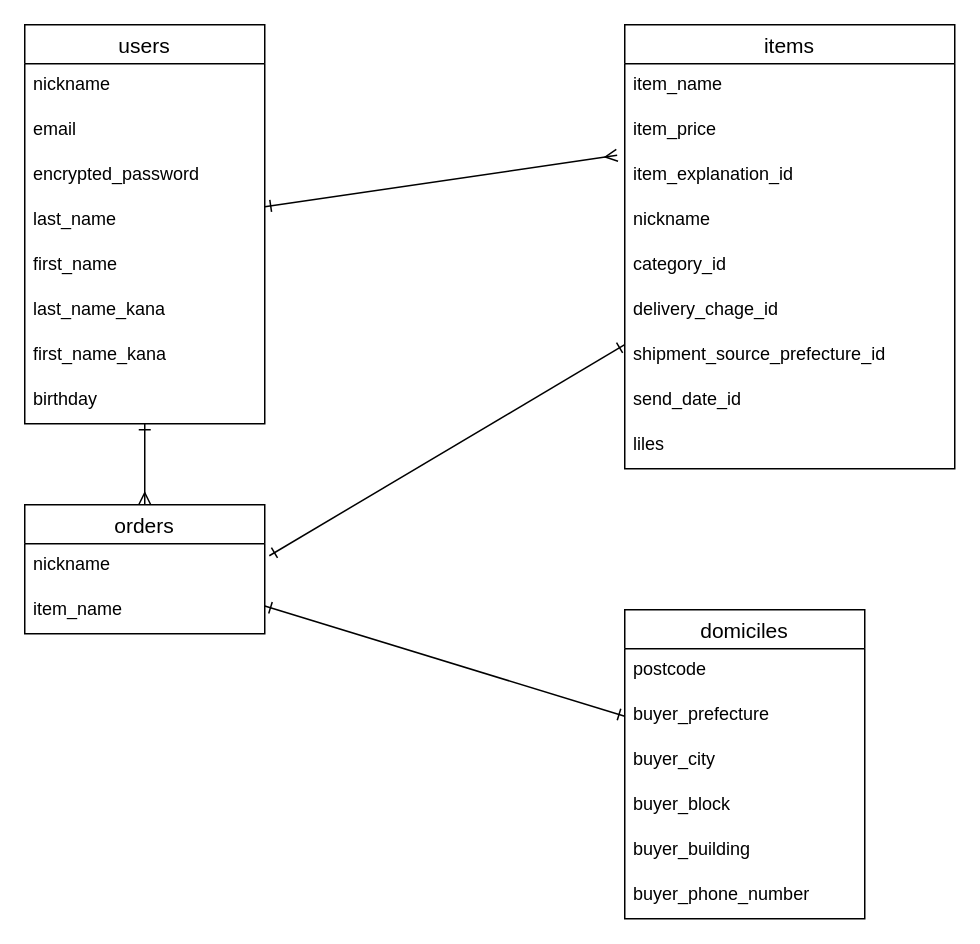
The draw.io diagram furima.dio in Yukkiyss/furima-38005, before the edit. Source tidied: cells renumbered, new cells numbered last; positions are measured from the earlier drawing's top-left corner, leaving out a move shared by most shapes. Both pictures are drawn from the tidied source at 150%, with x=0, y=0 at pixel (24, 24).
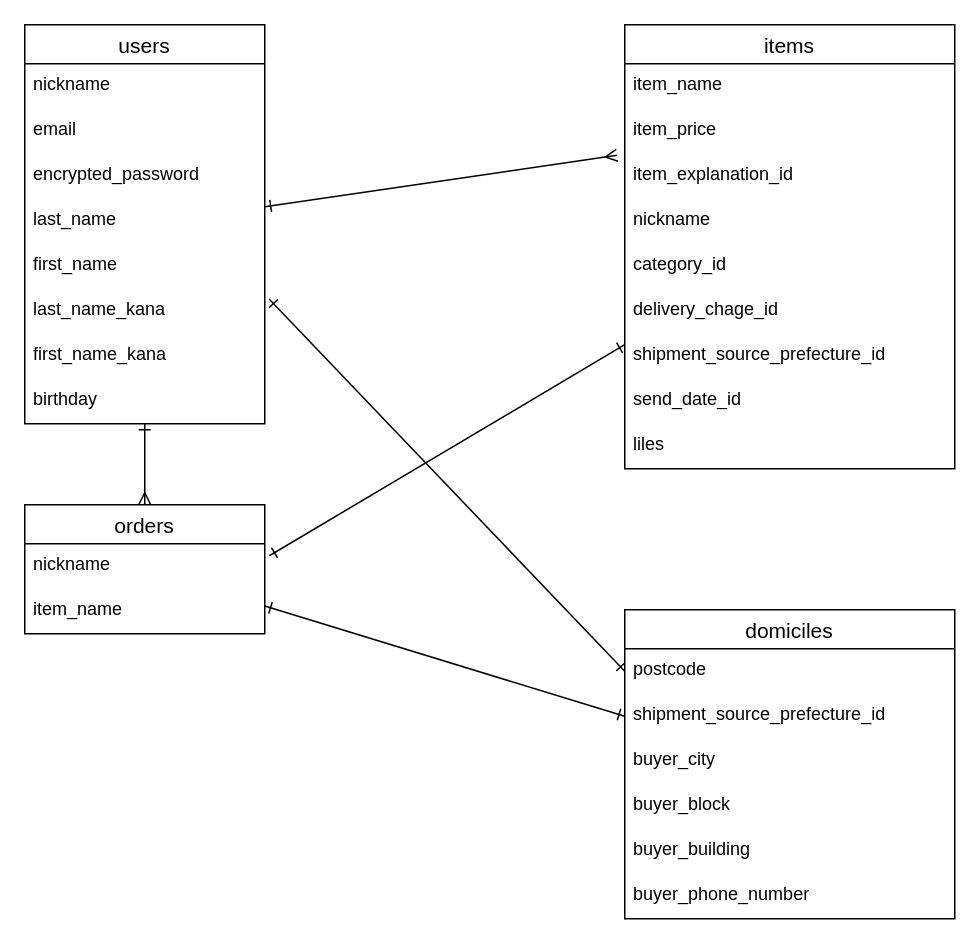
The same diagram, later.

Commit message (it also covers changes not shown here):
アソシエーション修正

Unchanged cells that the change refers to:
```xml
<mxCell id="10" value="last_name_kana" style="text;strokeColor=none;fillColor=none;spacingLeft=4;spacingRight=4;overflow=hidden;points=[[0,0.5],[1,0.5]];portConstraint=eastwest;fontSize=12;" parent="4" vertex="1">
  <mxGeometry y="176" width="160" height="30" as="geometry" />
</mxCell>
```

Diff of the diagram source:
```diff
@@
+    <mxCell id="35" style="edgeStyle=none;html=1;entryX=1.019;entryY=0.233;entryDx=0;entryDy=0;entryPerimeter=0;startArrow=ERone;startFill=0;endArrow=ERone;endFill=0;exitX=0;exitY=0.5;exitDx=0;exitDy=0;" parent="1" edge="1" source="29" target="10">
+      <mxGeometry relative="1" as="geometry" />
+    </mxCell>
     <mxCell id="28" value="domiciles" style="swimlane;fontStyle=0;horizontal=1;startSize=26;align=center;fontSize=14;" parent="1" vertex="1">
-      <mxGeometry x="400" y="390" width="160" height="206" as="geometry" />
+      <mxGeometry x="400" y="390" width="220" height="206" as="geometry" />
     </mxCell>
     <mxCell id="29" value="postcode" style="text;strokeColor=none;fillColor=none;spacingLeft=4;spacingRight=4;overflow=hidden;points=[[0,0.5],[1,0.5]];portConstraint=eastwest;fontSize=12;" parent="28" vertex="1">
-      <mxGeometry y="26" width="160" height="30" as="geometry" />
+      <mxGeometry y="26" width="220" height="30" as="geometry" />
     </mxCell>
-    <mxCell id="30" value="buyer_prefecture" style="text;strokeColor=none;fillColor=none;spacingLeft=4;spacingRight=4;overflow=hidden;points=[[0,0.5],[1,0.5]];portConstraint=eastwest;fontSize=12;" parent="28" vertex="1">
-      <mxGeometry y="56" width="160" height="30" as="geometry" />
+    <mxCell id="30" value="shipment_source_prefecture_id" style="text;strokeColor=none;fillColor=none;spacingLeft=4;spacingRight=4;overflow=hidden;points=[[0,0.5],[1,0.5]];portConstraint=eastwest;fontSize=12;" parent="28" vertex="1">
+      <mxGeometry y="56" width="220" height="30" as="geometry" />
     </mxCell>
     <mxCell id="31" value="buyer_city" style="text;strokeColor=none;fillColor=none;spacingLeft=4;spacingRight=4;overflow=hidden;fontSize=12;" parent="28" vertex="1">
-      <mxGeometry y="86" width="160" height="30" as="geometry" />
+      <mxGeometry y="86" width="220" height="30" as="geometry" />
     </mxCell>
     <mxCell id="32" value="buyer_block" style="text;strokeColor=none;fillColor=none;spacingLeft=4;spacingRight=4;overflow=hidden;fontSize=12;" parent="28" vertex="1">
-      <mxGeometry y="116" width="160" height="30" as="geometry" />
+      <mxGeometry y="116" width="220" height="30" as="geometry" />
     </mxCell>
     <mxCell id="33" value="buyer_building" style="text;strokeColor=none;fillColor=none;spacingLeft=4;spacingRight=4;overflow=hidden;fontSize=12;" parent="28" vertex="1">
-      <mxGeometry y="146" width="160" height="30" as="geometry" />
+      <mxGeometry y="146" width="220" height="30" as="geometry" />
     </mxCell>
     <mxCell id="34" value="buyer_phone_number" style="text;strokeColor=none;fillColor=none;spacingLeft=4;spacingRight=4;overflow=hidden;fontSize=12;" parent="28" vertex="1">
-      <mxGeometry y="176" width="160" height="30" as="geometry" />
+      <mxGeometry y="176" width="220" height="30" as="geometry" />
     </mxCell>
```
